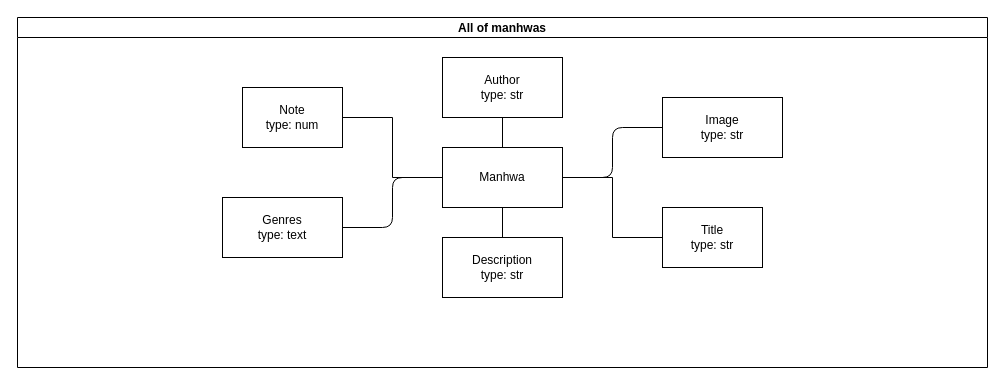
Earlier version of the draw.io diagram docs/design.drawio (yoshtempest/manhwa-library). Source tidied: cells renumbered, new cells numbered last; positions are measured from the earlier drawing's top-left corner, leaving out a move shared by most shapes. Both pictures are drawn from the tidied source at 100%, with x=0, y=0 at pixel (17, 17).
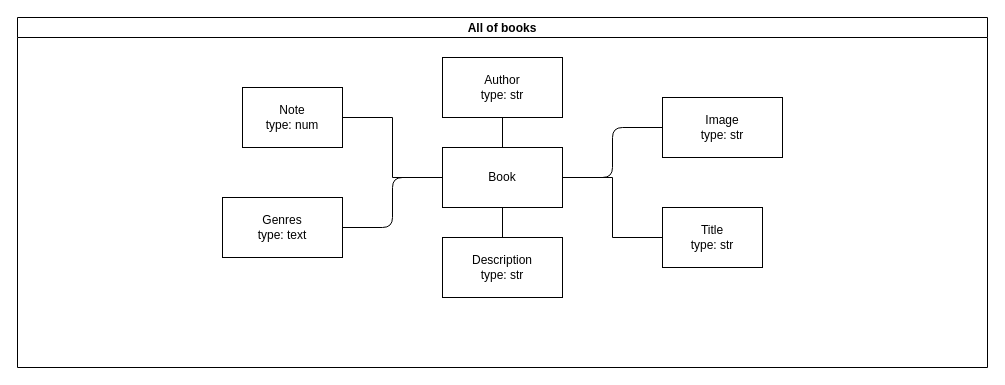
The same page after the edit.

Commit message (it also covers changes not shown here):
fix: the word manhwa was changed to book

What changed in the source:
```diff
@@
 <mxGraphModel>
   <root>
     <mxCell id="0" />
     <mxCell id="1" parent="0" />
-    <mxCell id="2" value="All of manhwas" style="swimlane;startSize=20;horizontal=1;containerType=tree;newEdgeStyle={&quot;edgeStyle&quot;:&quot;elbowEdgeStyle&quot;,&quot;startArrow&quot;:&quot;none&quot;,&quot;endArrow&quot;:&quot;none&quot;};gradientColor=none;swimlaneFillColor=default;" parent="1" vertex="1">
+    <mxCell id="2" value="All of books" style="swimlane;startSize=20;horizontal=1;containerType=tree;newEdgeStyle={&quot;edgeStyle&quot;:&quot;elbowEdgeStyle&quot;,&quot;startArrow&quot;:&quot;none&quot;,&quot;endArrow&quot;:&quot;none&quot;};gradientColor=none;swimlaneFillColor=default;" parent="1" vertex="1">
       <mxGeometry width="970" height="350" as="geometry" />
     </mxCell>
     <mxCell id="3" style="edgeStyle=elbowEdgeStyle;elbow=vertical;sourcePerimeterSpacing=0;targetPerimeterSpacing=0;startArrow=none;endArrow=none;rounded=0;curved=0;" parent="2" edge="1" source="5" target="6">
       <mxGeometry relative="1" as="geometry" />
     </mxCell>
     <mxCell id="4" style="edgeStyle=elbowEdgeStyle;elbow=vertical;sourcePerimeterSpacing=0;targetPerimeterSpacing=0;startArrow=none;endArrow=none;rounded=0;curved=0;" parent="2" edge="1" source="5" target="7">
       <mxGeometry relative="1" as="geometry" />
     </mxCell>
-    <mxCell id="5" value="Manhwa" style="whiteSpace=wrap;html=1;align=center;newEdgeStyle={&quot;edgeStyle&quot;:&quot;elbowEdgeStyle&quot;,&quot;startArrow&quot;:&quot;none&quot;,&quot;endArrow&quot;:&quot;none&quot;};" parent="2" vertex="1">
+    <mxCell id="5" value="Book" style="whiteSpace=wrap;html=1;align=center;newEdgeStyle={&quot;edgeStyle&quot;:&quot;elbowEdgeStyle&quot;,&quot;startArrow&quot;:&quot;none&quot;,&quot;endArrow&quot;:&quot;none&quot;};" parent="2" vertex="1">
       <mxGeometry x="425" y="130" width="120" height="60" as="geometry" />
     </mxCell>
     <mxCell id="6" value="Title&lt;br&gt;type: str" style="whiteSpace=wrap;html=1;align=center;verticalAlign=middle;newEdgeStyle={&quot;edgeStyle&quot;:&quot;elbowEdgeStyle&quot;,&quot;startArrow&quot;:&quot;none&quot;,&quot;endArrow&quot;:&quot;none&quot;};gradientColor=none;" parent="2" vertex="1">
       <mxGeometry x="645" y="190" width="100" height="60" as="geometry" />
     </mxCell>
     <mxCell id="7" value="Note&lt;br&gt;type: num" style="whiteSpace=wrap;html=1;align=center;verticalAlign=middle;newEdgeStyle={&quot;edgeStyle&quot;:&quot;elbowEdgeStyle&quot;,&quot;startArrow&quot;:&quot;none&quot;,&quot;endArrow&quot;:&quot;none&quot;};" parent="2" vertex="1">
       <mxGeometry x="225" y="70" width="100" height="60" as="geometry" />
     </mxCell>
     <mxCell id="8" style="edgeStyle=elbowEdgeStyle;html=1;elbow=horizontal;startArrow=none;endArrow=none;" parent="2" edge="1" source="5" target="9">
       <mxGeometry relative="1" as="geometry" />
     </mxCell>
     <mxCell id="9" value="Genres&lt;br&gt;type: text" style="whiteSpace=wrap;html=1;align=center;newEdgeStyle={&quot;edgeStyle&quot;:&quot;elbowEdgeStyle&quot;,&quot;startArrow&quot;:&quot;none&quot;,&quot;endArrow&quot;:&quot;none&quot;};" parent="2" vertex="1">
       <mxGeometry x="205" y="180" width="120" height="60" as="geometry" />
     </mxCell>
     <mxCell id="10" style="edgeStyle=elbowEdgeStyle;html=1;elbow=horizontal;startArrow=none;endArrow=none;" parent="2" edge="1" source="5" target="11">
       <mxGeometry relative="1" as="geometry" />
     </mxCell>
     <mxCell id="11" value="Image&lt;div&gt;&lt;span style=&quot;color: rgb(0, 0, 0);&quot;&gt;type: str&lt;/span&gt;&lt;/div&gt;" style="whiteSpace=wrap;html=1;align=center;newEdgeStyle={&quot;edgeStyle&quot;:&quot;elbowEdgeStyle&quot;,&quot;startArrow&quot;:&quot;none&quot;,&quot;endArrow&quot;:&quot;none&quot;};" parent="2" vertex="1">
       <mxGeometry x="645" y="80" width="120" height="60" as="geometry" />
     </mxCell>
     <mxCell id="12" style="edgeStyle=elbowEdgeStyle;html=1;elbow=vertical;startArrow=none;endArrow=none;" parent="2" edge="1" source="5" target="13">
       <mxGeometry relative="1" as="geometry" />
     </mxCell>
     <mxCell id="13" value="Description&lt;br&gt;type: str" style="whiteSpace=wrap;html=1;align=center;newEdgeStyle={&quot;edgeStyle&quot;:&quot;elbowEdgeStyle&quot;,&quot;startArrow&quot;:&quot;none&quot;,&quot;endArrow&quot;:&quot;none&quot;};" parent="2" vertex="1">
       <mxGeometry x="425" y="220" width="120" height="60" as="geometry" />
     </mxCell>
     <mxCell id="14" style="edgeStyle=elbowEdgeStyle;html=1;elbow=horizontal;startArrow=none;endArrow=none;" parent="2" edge="1" source="5" target="15">
       <mxGeometry relative="1" as="geometry" />
     </mxCell>
     <mxCell id="15" value="Author&lt;br&gt;type: str" style="whiteSpace=wrap;html=1;align=center;newEdgeStyle={&quot;edgeStyle&quot;:&quot;elbowEdgeStyle&quot;,&quot;startArrow&quot;:&quot;none&quot;,&quot;endArrow&quot;:&quot;none&quot;};" parent="2" vertex="1">
       <mxGeometry x="425" y="40" width="120" height="60" as="geometry" />
     </mxCell>
   </root>
 </mxGraphModel>
```
